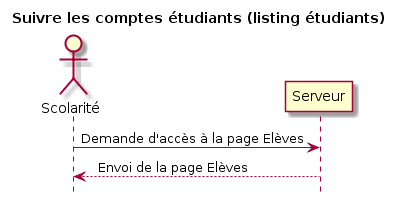
Earlier version of the PlantUML export Diagramme/SCOLARITE/Suivre les comptes etudiants.png (Lilieon/MOCI---Projet-stage). The source it was exported from:
```plantuml
@startuml
title Suivre les comptes étudiants (listing étudiants)


actor Scolarité


Scolarité  -> Serveur: Demande d'accès à la page Elèves
Serveur --> Scolarité : Envois de la page Elèves

hide footbox
@enduml
```
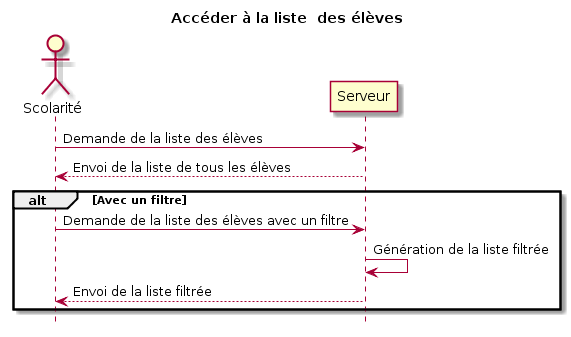
Above is the later version.

Change to the diagram source:
```diff
@@ -1,12 +1,20 @@
 @startuml
-title Suivre les comptes étudiants (listing étudiants)
+title Accéder à la liste  des élèves
 
 
 actor Scolarité
 
 
-Scolarité  -> Serveur: Demande d'accès à la page Elèves
-Serveur --> Scolarité : Envois de la page Elèves
+Scolarité  -> Serveur: Demande de la liste des élèves
+Serveur --> Scolarité : Envoi de la liste de tous les élèves
+
+
+alt Avec un filtre
+	Scolarité  -> Serveur: Demande de la liste des élèves avec un filtre
+	Serveur -> Serveur: Génération de la liste filtrée
+	Serveur --> Scolarité : Envoi de la liste filtrée
+end
+
 
 hide footbox
 @enduml
```
